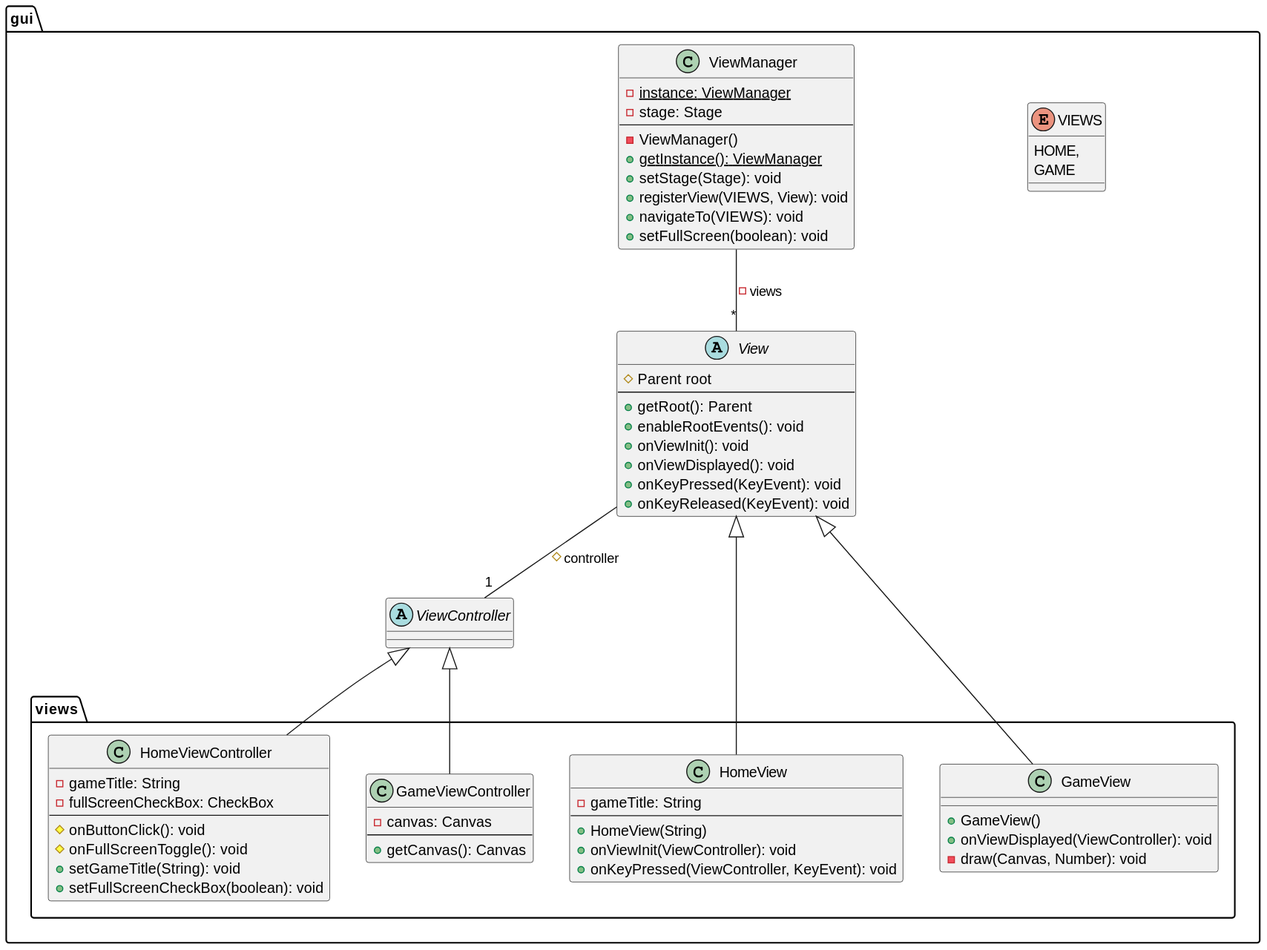
Earlier version of the PlantUML export docs/sprints/0/uml/class-gui.svg (victord54/escape).
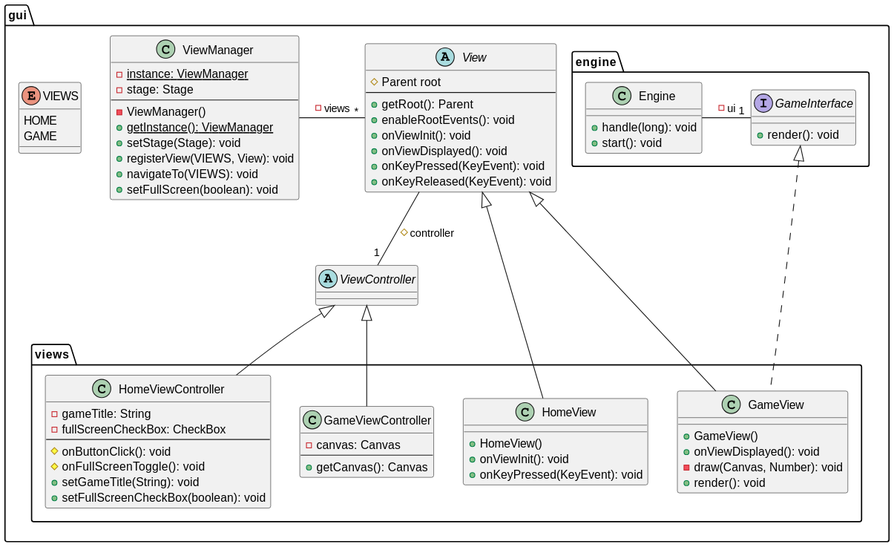
The same diagram one commit later.

Commit message:
engine render gui

Diff of the diagram source:
```diff
@@ -14,7 +14,7 @@
     abstract class ViewController {}
 
     enum VIEWS {
-        HOME,
+        HOME
         GAME
     }
 
@@ -48,26 +48,39 @@
         }
 
         class HomeView {
-            - gameTitle: String
-            --
-            + HomeView(String)
-            + onViewInit(ViewController): void
-            + onKeyPressed(ViewController, KeyEvent): void
+            + HomeView()
+            + onViewInit(): void
+            + onKeyPressed(KeyEvent): void
         }
 
         class GameView {
             + GameView()
-            + onViewDisplayed(ViewController): void
+            + onViewDisplayed(): void
             - draw(Canvas, Number): void
+            + render(): void
+        }
+    }
+
+    package engine {
+        class Engine {
+            + handle(long): void
+            + start(): void
+        }
+
+        interface GameInterface {
+            + render(): void
         }
     }
 }
 
 View --"1" ViewController : # controller
-ViewManager --"*" View : - views
+ViewManager -"*" View : - views
 
 HomeViewController -up-|> ViewController
 HomeView -up-|> View
 GameViewController -up-|> ViewController
 GameView -up-|> View
+
+GameView ..up.|> GameInterface
+Engine -"1" GameInterface : - ui
 @enduml
```
